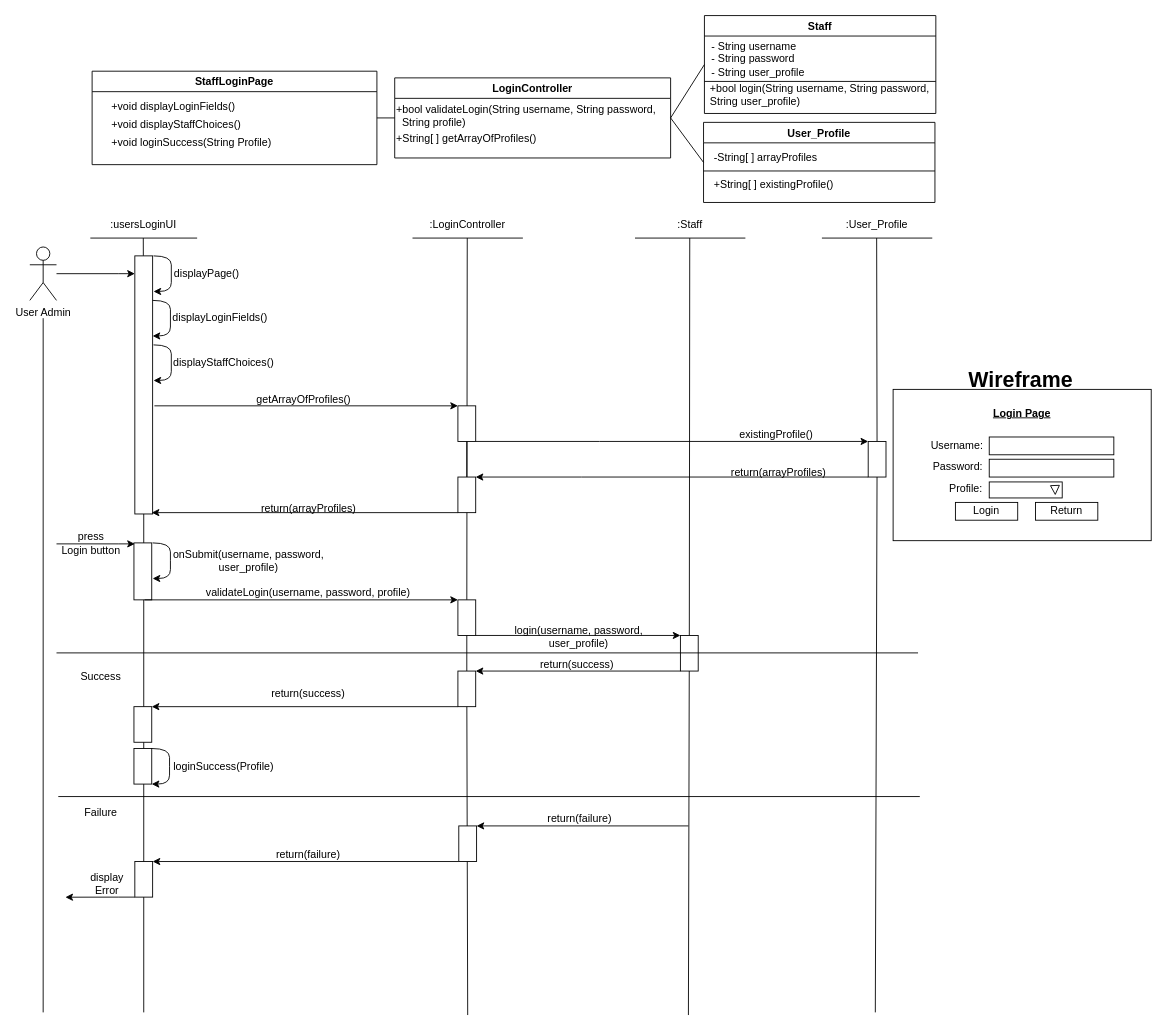
Earlier version of the draw.io diagram BCE_UML_and_Diagrams/LoginLogout/LoginUserStory.drawio (extred5700/JAVAGUI-Restaurant-Table-Order-System). Source tidied: cells renumbered, new cells numbered last; positions are measured from the earlier drawing's top-left corner, leaving out a move shared by most shapes. Both pictures are drawn from the tidied source at 89%, with x=0, y=0 at pixel (29, 15).
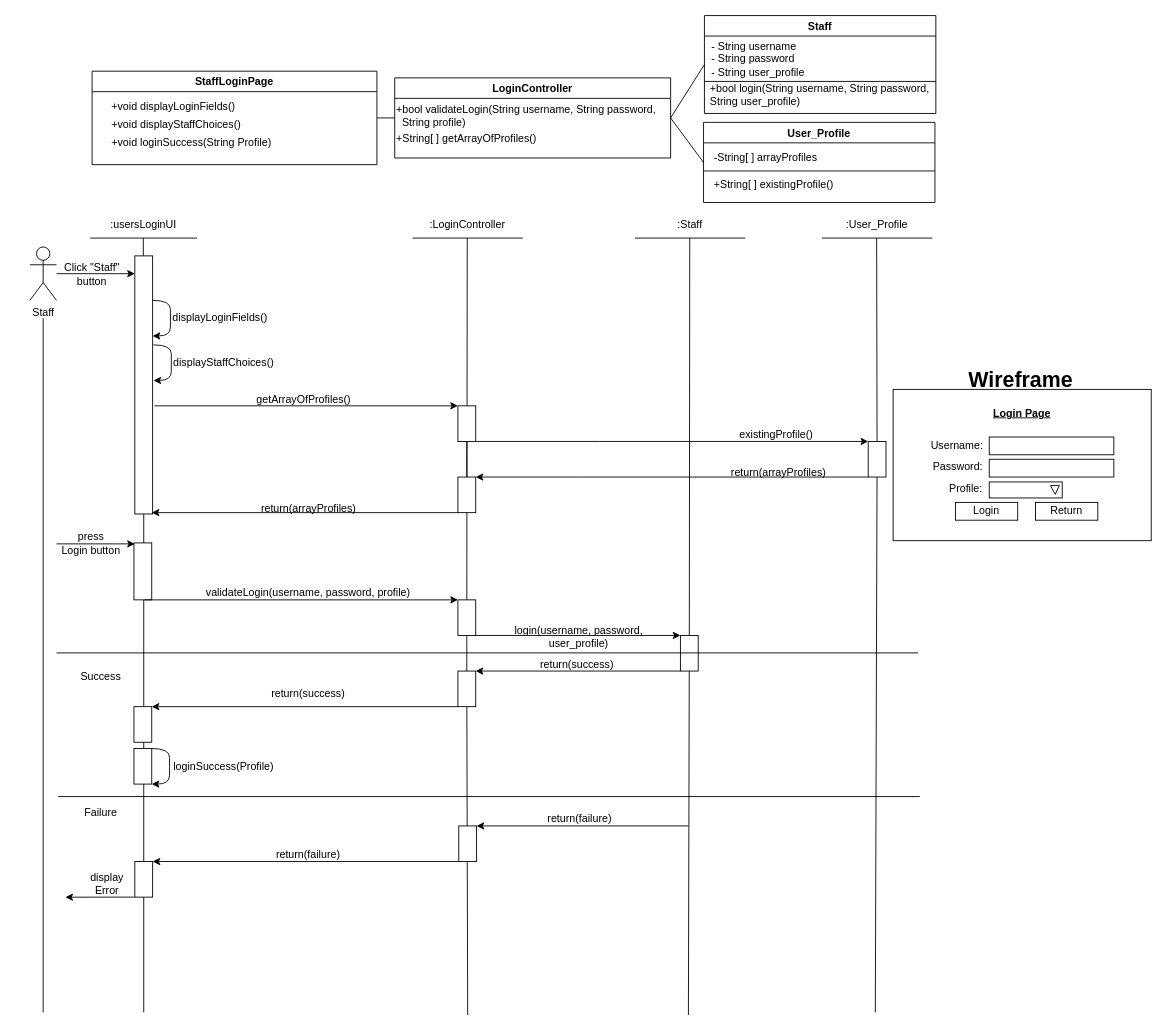
Above is the later version.

Change to the diagram source:
```diff
@@
-    <mxCell id="27" style="curved=1;endArrow=classic;html=1;rounded=0;exitX=1;exitY=0;exitDx=0;exitDy=0;entryX=1;entryY=1;entryDx=0;entryDy=0;" parent="1" edge="1">
-      <mxGeometry relative="1" as="geometry">
-        <mxPoint x="139" y="270" as="sourcePoint" />
-        <mxPoint x="139" y="310" as="targetPoint" />
-        <Array as="points">
-          <mxPoint x="159" y="270" />
-          <mxPoint x="159" y="290" />
-          <mxPoint x="159" y="310" />
-        </Array>
-      </mxGeometry>
-    </mxCell>
-    <mxCell id="28" value="displayPage()" style="text;html=1;strokeColor=none;fillColor=none;align=center;verticalAlign=middle;whiteSpace=wrap;rounded=0;" parent="1" vertex="1">
-      <mxGeometry x="159" y="275" width="80" height="30" as="geometry" />
-    </mxCell>
@@
-    <mxCell id="30" style="curved=1;endArrow=classic;html=1;rounded=0;exitX=1;exitY=0;exitDx=0;exitDy=0;entryX=1;entryY=1;entryDx=0;entryDy=0;" parent="1" edge="1">
-      <mxGeometry relative="1" as="geometry">
-        <mxPoint x="138" y="592.5" as="sourcePoint" />
-        <mxPoint x="138" y="632.5" as="targetPoint" />
-        <Array as="points">
-          <mxPoint x="158" y="592.5" />
-          <mxPoint x="158" y="612.5" />
-          <mxPoint x="158" y="632.5" />
-        </Array>
-      </mxGeometry>
-    </mxCell>
-    <mxCell id="31" value="onSubmit(username, password, user_profile)" style="text;html=1;strokeColor=none;fillColor=none;align=center;verticalAlign=middle;whiteSpace=wrap;rounded=0;" parent="1" vertex="1">
-      <mxGeometry x="130" y="597.5" width="232" height="30" as="geometry" />
-    </mxCell>
@@
-    <mxCell id="72" value="User Admin" style="shape=umlActor;verticalLabelPosition=bottom;verticalAlign=top;html=1;" parent="1" vertex="1">
+    <mxCell id="72" value="Staff" style="shape=umlActor;verticalLabelPosition=bottom;verticalAlign=top;html=1;" parent="1" vertex="1">
       <mxGeometry y="260" width="30" height="60" as="geometry" />
     </mxCell>
@@
+    <mxCell id="103" value="Click &quot;Staff&quot;&lt;br&gt;button" style="text;html=1;strokeColor=none;fillColor=none;align=center;verticalAlign=middle;whiteSpace=wrap;rounded=0;" parent="1" vertex="1">
+      <mxGeometry x="10" y="276" width="120" height="30" as="geometry" />
+    </mxCell>
```
